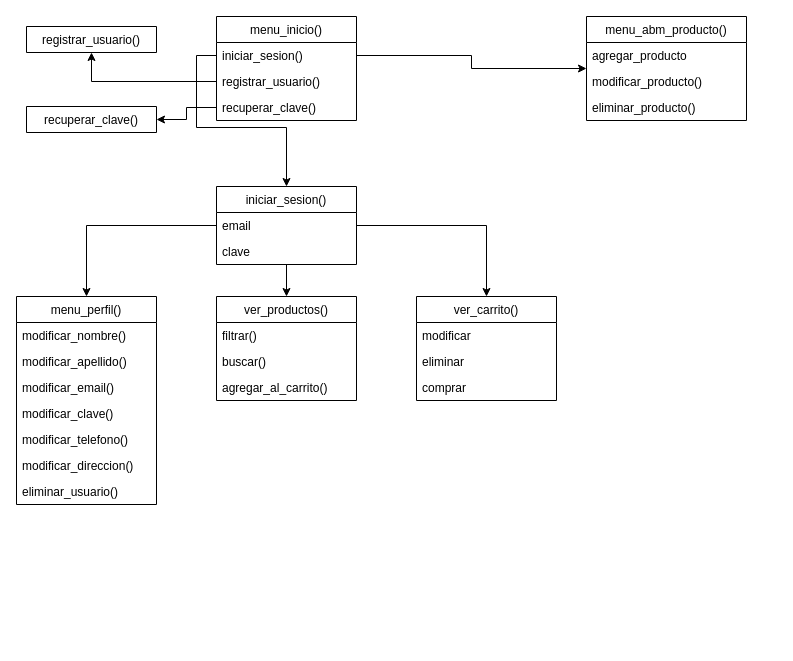
Above: page "menus" (2 of 2) of Ecommerce.drawio in mrti259/cfp18-poo (draw.io), before the change. Source tidied: cells renumbered, new cells numbered last; positions are measured from the earlier drawing's top-left corner, leaving out a move shared by most shapes. Both pictures are drawn from the tidied source at 100%, with x=0, y=0 at pixel (16, 16).
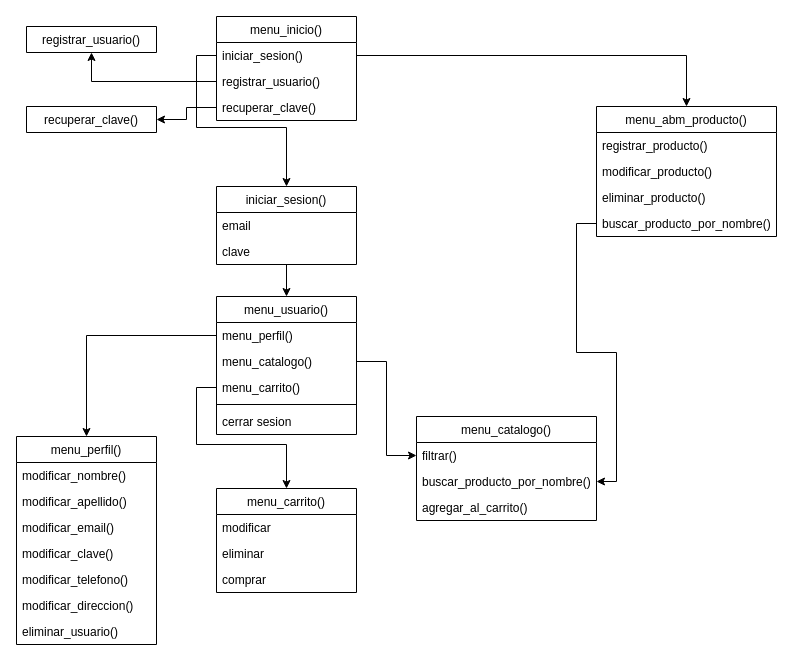
The same diagram, later.

Unchanged cells that the change refers to:
```xml
<mxCell id="9" value="iniciar_sesion()" style="text;strokeColor=none;fillColor=none;align=left;verticalAlign=top;spacingLeft=4;spacingRight=4;overflow=hidden;points=[[0,0.5],[1,0.5]];portConstraint=eastwest;" parent="8" vertex="1">
  <mxGeometry y="26" width="140" height="26" as="geometry" />
</mxCell>
```

Diff of the diagram source:
```diff
@@
-    <mxCell id="2" style="edgeStyle=orthogonalEdgeStyle;rounded=0;jettySize=auto;html=1;" parent="1" edge="1" source="28" target="12">
-      <mxGeometry relative="1" as="geometry" />
-    </mxCell>
-    <mxCell id="3" style="edgeStyle=orthogonalEdgeStyle;rounded=0;jettySize=auto;html=1;" parent="1" edge="1" source="28" target="20">
-      <mxGeometry relative="1" as="geometry" />
-    </mxCell>
-    <mxCell id="4" style="edgeStyle=orthogonalEdgeStyle;rounded=0;jettySize=auto;html=1;" parent="1" edge="1" source="28" target="24">
-      <mxGeometry relative="1" as="geometry" />
-    </mxCell>
@@
-    <mxCell id="6" style="edgeStyle=orthogonalEdgeStyle;rounded=0;jettySize=auto;html=1;" parent="1" edge="1" source="9" target="28">
+    <mxCell id="6" style="edgeStyle=orthogonalEdgeStyle;rounded=0;jettySize=auto;html=1;entryX=0.5;entryY=0;entryDx=0;entryDy=0;" parent="1" edge="1" source="9" target="28">
       <mxGeometry relative="1" as="geometry" />
     </mxCell>
@@
+    <mxCell id="38" style="edgeStyle=orthogonalEdgeStyle;rounded=0;jettySize=auto;html=1;" parent="1" edge="1" source="28" target="39">
+      <mxGeometry relative="1" as="geometry" />
+    </mxCell>
+    <mxCell id="28" value="iniciar_sesion()" style="swimlane;fontStyle=0;horizontal=1;startSize=26;fillColor=none;" parent="1" vertex="1">
+      <mxGeometry x="200" y="170" width="140" height="78" as="geometry" />
+    </mxCell>
+    <mxCell id="29" value="email" style="text;strokeColor=none;fillColor=none;align=left;verticalAlign=top;spacingLeft=4;spacingRight=4;overflow=hidden;" parent="28" vertex="1">
+      <mxGeometry y="26" width="140" height="26" as="geometry" />
+    </mxCell>
+    <mxCell id="30" value="clave" style="text;strokeColor=none;fillColor=none;align=left;verticalAlign=top;spacingLeft=4;spacingRight=4;overflow=hidden;" parent="28" vertex="1">
+      <mxGeometry y="52" width="140" height="26" as="geometry" />
+    </mxCell>
+    <mxCell id="31" value="registrar_usuario()" style="swimlane;fontStyle=0;horizontal=1;startSize=26;fillColor=none;" parent="1" vertex="1" collapsed="1">
+      <mxGeometry x="10" y="10" width="130" height="26" as="geometry" />
+    </mxCell>
+    <mxCell id="32" value="recuperar_clave()" style="swimlane;fontStyle=0;horizontal=1;startSize=26;fillColor=none;" parent="1" vertex="1" collapsed="1">
+      <mxGeometry x="10" y="90" width="130" height="26" as="geometry" />
+    </mxCell>
+    <mxCell id="33" style="edgeStyle=orthogonalEdgeStyle;rounded=0;jettySize=auto;html=1;" parent="1" edge="1" source="9" target="34">
+      <mxGeometry relative="1" as="geometry" />
+    </mxCell>
     <mxCell id="12" value="menu_perfil()" style="swimlane;fontStyle=0;horizontal=1;startSize=26;fillColor=none;" parent="1" vertex="1">
-      <mxGeometry y="280" width="140" height="208" as="geometry" />
+      <mxGeometry y="420" width="140" height="208" as="geometry" />
     </mxCell>
@@
+    <mxCell id="39" value="menu_usuario()" style="swimlane;fontStyle=0;horizontal=1;startSize=26;fillColor=none;" parent="1" vertex="1">
+      <mxGeometry x="200" y="280" width="140" height="138" as="geometry" />
+    </mxCell>
+    <mxCell id="40" value="menu_perfil()" style="text;strokeColor=none;fillColor=none;align=left;verticalAlign=top;spacingLeft=4;spacingRight=4;overflow=hidden;points=[[0,0.5],[1,0.5]];portConstraint=eastwest;" parent="39" vertex="1">
+      <mxGeometry y="26" width="140" height="26" as="geometry" />
+    </mxCell>
+    <mxCell id="41" value="menu_catalogo()" style="text;strokeColor=none;fillColor=none;align=left;verticalAlign=top;spacingLeft=4;spacingRight=4;overflow=hidden;points=[[0,0.5],[1,0.5]];portConstraint=eastwest;" parent="39" vertex="1">
+      <mxGeometry y="52" width="140" height="26" as="geometry" />
+    </mxCell>
+    <mxCell id="42" value="menu_carrito()" style="text;strokeColor=none;fillColor=none;align=left;verticalAlign=top;spacingLeft=4;spacingRight=4;overflow=hidden;points=[[0,0.5],[1,0.5]];portConstraint=eastwest;" parent="39" vertex="1">
+      <mxGeometry y="78" width="140" height="26" as="geometry" />
+    </mxCell>
+    <mxCell id="43" style="line;strokeWidth=1;fillColor=none;align=left;verticalAlign=middle;spacingTop=-1;spacingLeft=3;spacingRight=3;labelPosition=right;" parent="39" vertex="1">
+      <mxGeometry y="104" width="140" height="8" as="geometry" />
+    </mxCell>
+    <mxCell id="44" value="cerrar sesion" style="text;strokeColor=none;fillColor=none;align=left;verticalAlign=top;spacingLeft=4;spacingRight=4;overflow=hidden;" parent="39" vertex="1">
+      <mxGeometry y="112" width="140" height="26" as="geometry" />
+    </mxCell>
+    <mxCell id="45" style="edgeStyle=orthogonalEdgeStyle;rounded=0;jettySize=auto;html=1;" parent="1" edge="1" source="40" target="12">
+      <mxGeometry relative="1" as="geometry" />
+    </mxCell>
+    <mxCell id="46" style="edgeStyle=orthogonalEdgeStyle;rounded=0;jettySize=auto;html=1;" parent="1" edge="1" source="41" target="21">
+      <mxGeometry relative="1" as="geometry" />
+    </mxCell>
+    <mxCell id="47" style="edgeStyle=orthogonalEdgeStyle;rounded=0;jettySize=auto;html=1;" parent="1" edge="1" source="42" target="24">
+      <mxGeometry relative="1" as="geometry" />
+    </mxCell>
+    <mxCell id="48" style="edgeStyle=orthogonalEdgeStyle;rounded=0;jettySize=auto;html=1;" parent="1" edge="1" source="49" target="22">
+      <mxGeometry relative="1" as="geometry" />
+    </mxCell>
-    <mxCell id="20" value="ver_productos()" style="swimlane;fontStyle=0;horizontal=1;startSize=26;fillColor=none;" parent="1" vertex="1">
-      <mxGeometry x="200" y="280" width="140" height="104" as="geometry" />
+    <mxCell id="20" value="menu_catalogo()" style="swimlane;fontStyle=0;horizontal=1;startSize=26;fillColor=none;" parent="1" vertex="1">
+      <mxGeometry x="400" y="400" width="180" height="104" as="geometry" />
     </mxCell>
     <mxCell id="21" value="filtrar()" style="text;strokeColor=none;fillColor=none;align=left;verticalAlign=top;spacingLeft=4;spacingRight=4;overflow=hidden;points=[[0,0.5],[1,0.5]];portConstraint=eastwest;" parent="20" vertex="1">
-      <mxGeometry y="26" width="140" height="26" as="geometry" />
+      <mxGeometry y="26" width="180" height="26" as="geometry" />
     </mxCell>
-    <mxCell id="22" value="buscar()" style="text;strokeColor=none;fillColor=none;align=left;verticalAlign=top;spacingLeft=4;spacingRight=4;overflow=hidden;points=[[0,0.5],[1,0.5]];portConstraint=eastwest;" parent="20" vertex="1">
-      <mxGeometry y="52" width="140" height="26" as="geometry" />
+    <mxCell id="22" value="buscar_producto_por_nombre()" style="text;strokeColor=none;fillColor=none;align=left;verticalAlign=top;spacingLeft=4;spacingRight=4;overflow=hidden;points=[[0,0.5],[1,0.5]];portConstraint=eastwest;" parent="20" vertex="1">
+      <mxGeometry y="52" width="180" height="26" as="geometry" />
     </mxCell>
     <mxCell id="23" value="agregar_al_carrito()" style="text;strokeColor=none;fillColor=none;align=left;verticalAlign=top;spacingLeft=4;spacingRight=4;overflow=hidden;" parent="20" vertex="1">
-      <mxGeometry y="78" width="140" height="26" as="geometry" />
+      <mxGeometry y="78" width="180" height="26" as="geometry" />
     </mxCell>
-    <mxCell id="24" value="ver_carrito()" style="swimlane;fontStyle=0;horizontal=1;startSize=26;fillColor=none;" parent="1" vertex="1">
-      <mxGeometry x="400" y="280" width="140" height="104" as="geometry" />
+    <mxCell id="24" value="menu_carrito()" style="swimlane;fontStyle=0;horizontal=1;startSize=26;fillColor=none;" parent="1" vertex="1">
+      <mxGeometry x="200" y="472" width="140" height="104" as="geometry" />
     </mxCell>
@@
-    <mxCell id="28" value="iniciar_sesion()" style="swimlane;fontStyle=0;horizontal=1;startSize=26;fillColor=none;" parent="1" vertex="1">
-      <mxGeometry x="200" y="170" width="140" height="78" as="geometry" />
-    </mxCell>
-    <mxCell id="29" value="email" style="text;strokeColor=none;fillColor=none;align=left;verticalAlign=top;spacingLeft=4;spacingRight=4;overflow=hidden;" parent="28" vertex="1">
-      <mxGeometry y="26" width="140" height="26" as="geometry" />
-    </mxCell>
-    <mxCell id="30" value="clave" style="text;strokeColor=none;fillColor=none;align=left;verticalAlign=top;spacingLeft=4;spacingRight=4;overflow=hidden;" parent="28" vertex="1">
-      <mxGeometry y="52" width="140" height="26" as="geometry" />
-    </mxCell>
-    <mxCell id="31" value="registrar_usuario()" style="swimlane;fontStyle=0;horizontal=1;startSize=26;fillColor=none;" parent="1" vertex="1" collapsed="1">
-      <mxGeometry x="10" y="10" width="130" height="26" as="geometry" />
-    </mxCell>
-    <mxCell id="32" value="recuperar_clave()" style="swimlane;fontStyle=0;horizontal=1;startSize=26;fillColor=none;" parent="1" vertex="1" collapsed="1">
-      <mxGeometry x="10" y="90" width="130" height="26" as="geometry" />
-    </mxCell>
-    <mxCell id="33" style="edgeStyle=orthogonalEdgeStyle;rounded=0;jettySize=auto;html=1;" parent="1" edge="1" source="9" target="34">
-      <mxGeometry relative="1" as="geometry" />
-    </mxCell>
     <mxCell id="34" value="menu_abm_producto()" style="swimlane;fontStyle=0;horizontal=1;startSize=26;fillColor=none;" parent="1" vertex="1">
-      <mxGeometry x="570" width="160" height="104" as="geometry" />
+      <mxGeometry x="580" y="90" width="180" height="130" as="geometry" />
     </mxCell>
-    <mxCell id="35" value="agregar_producto" style="text;strokeColor=none;fillColor=none;align=left;verticalAlign=top;spacingLeft=4;spacingRight=4;overflow=hidden;" parent="34" vertex="1">
-      <mxGeometry y="26" width="160" height="26" as="geometry" />
+    <mxCell id="35" value="registrar_producto()" style="text;strokeColor=none;fillColor=none;align=left;verticalAlign=top;spacingLeft=4;spacingRight=4;overflow=hidden;" parent="34" vertex="1">
+      <mxGeometry y="26" width="180" height="26" as="geometry" />
     </mxCell>
     <mxCell id="36" value="modificar_producto()" style="text;strokeColor=none;fillColor=none;align=left;verticalAlign=top;spacingLeft=4;spacingRight=4;overflow=hidden;" parent="34" vertex="1">
-      <mxGeometry y="52" width="160" height="26" as="geometry" />
+      <mxGeometry y="52" width="180" height="26" as="geometry" />
     </mxCell>
     <mxCell id="37" value="eliminar_producto()" style="text;strokeColor=none;fillColor=none;align=left;verticalAlign=top;spacingLeft=4;spacingRight=4;overflow=hidden;" parent="34" vertex="1">
-      <mxGeometry y="78" width="160" height="26" as="geometry" />
+      <mxGeometry y="78" width="180" height="26" as="geometry" />
     </mxCell>
+    <mxCell id="49" value="buscar_producto_por_nombre()" style="text;strokeColor=none;fillColor=none;align=left;verticalAlign=top;spacingLeft=4;spacingRight=4;overflow=hidden;points=[[0,0.5],[1,0.5]];portConstraint=eastwest;" parent="34" vertex="1">
+      <mxGeometry y="104" width="180" height="26" as="geometry" />
+    </mxCell>
```
